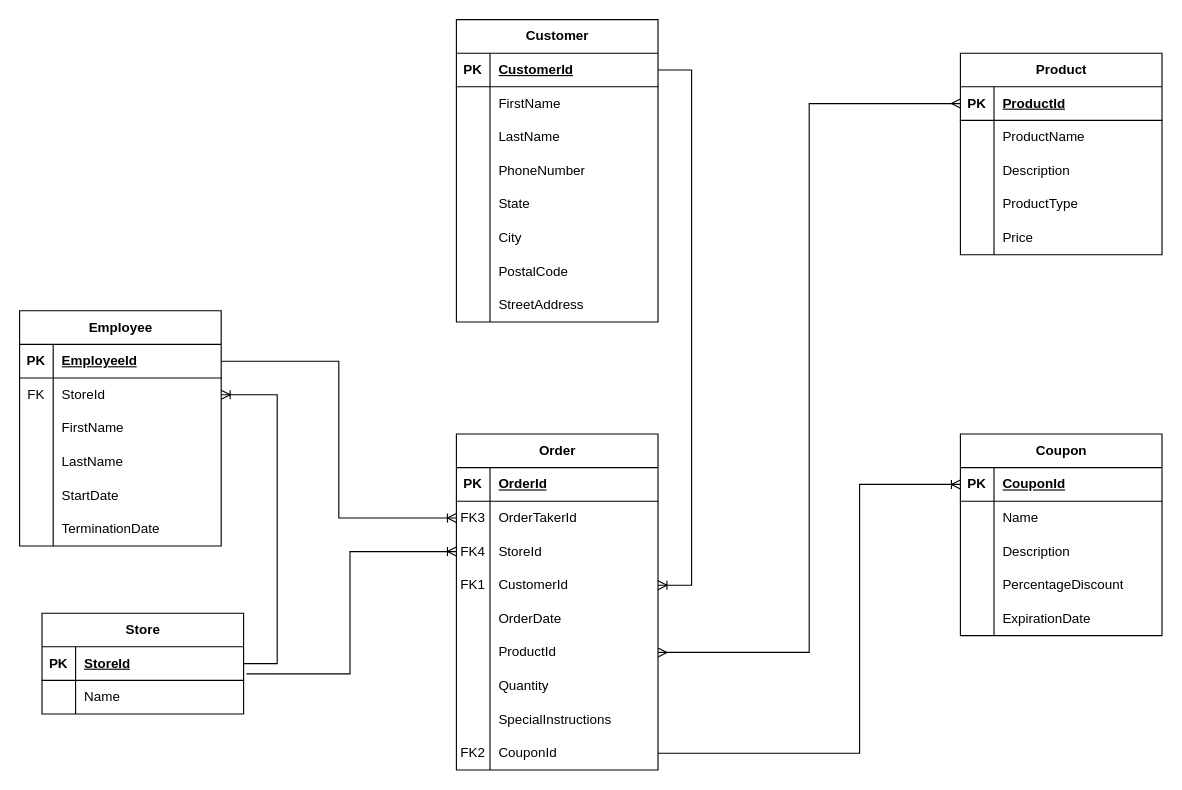
Above: page "Entity Relation diagram" (2 of 2) of PizzaDB/PracticePizzaDB.drawio in Devekr63/EssentialSQLSamples (draw.io), before the change. Source tidied: cells renumbered, new cells numbered last; positions are measured from the earlier drawing's top-left corner, leaving out a move shared by most shapes. Both pictures are drawn from the tidied source at 112%, with x=0, y=0 at pixel (19, 19).
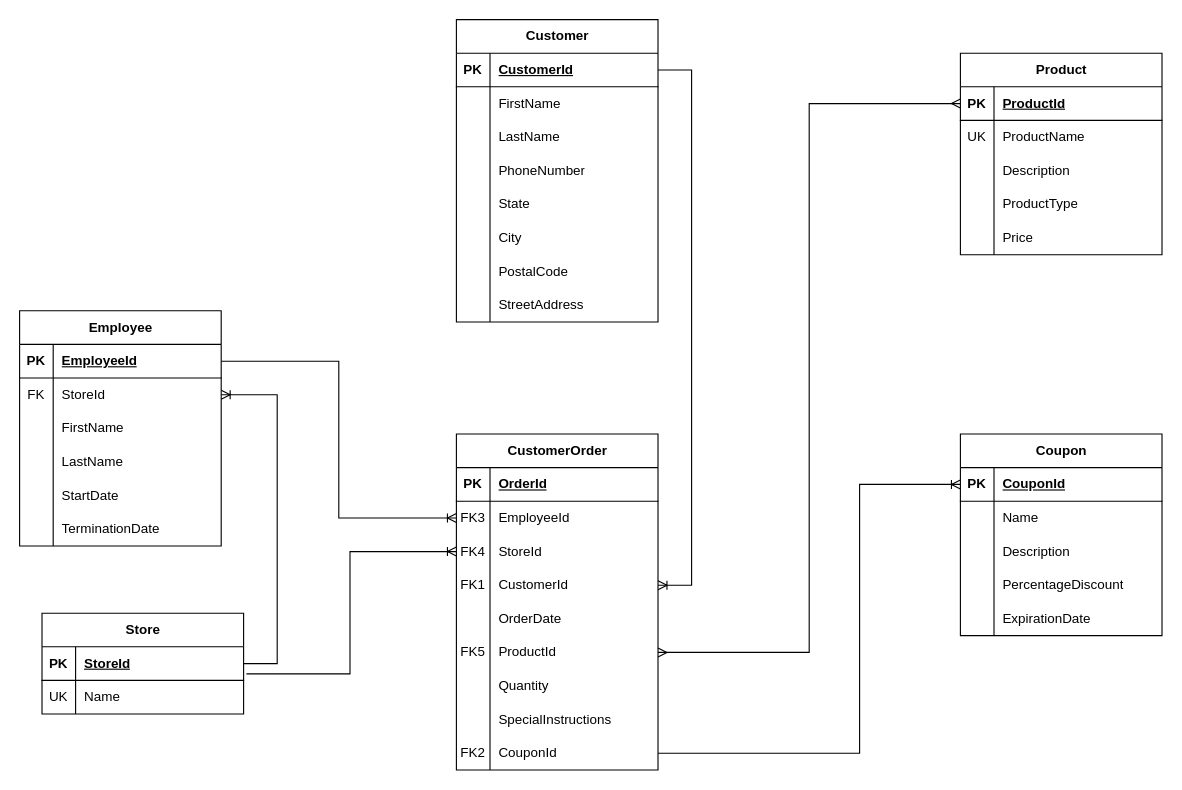
Above is the later version.

Unchanged cells that the change refers to:
```xml
<mxCell id="6" style="shape=tableRow;horizontal=0;startSize=0;swimlaneHead=0;swimlaneBody=0;fillColor=none;top=0;left=0;right=0;bottom=0;" parent="2" vertex="1">
  <mxGeometry y="60" width="180" height="30" as="geometry" />
</mxCell>
<mxCell id="32" style="shape=tableRow;horizontal=0;startSize=0;swimlaneHead=0;swimlaneBody=0;fillColor=none;points=[[0,0.5],[1,0.5]];portConstraint=eastwest;top=0;left=0;right=0;bottom=0;" parent="28" vertex="1">
  <mxGeometry y="60" width="180" height="30" as="geometry" />
</mxCell>
<mxCell id="44" style="shape=tableRow;horizontal=0;startSize=0;swimlaneHead=0;swimlaneBody=0;fillColor=none;points=[[0,0.5],[1,0.5]];portConstraint=eastwest;top=0;left=0;right=0;bottom=0;" parent="28" vertex="1">
  <mxGeometry y="180" width="180" height="30" as="geometry" />
</mxCell>
<mxCell id="101" style="shape=tableRow;horizontal=0;startSize=0;swimlaneHead=0;swimlaneBody=0;fillColor=none;top=0;left=0;right=0;bottom=0;" parent="97" vertex="1">
  <mxGeometry y="60" width="180" height="30" as="geometry" />
</mxCell>
```

Diff of the diagram source:
```diff
@@
-    <mxCell id="7" style="shape=partialRectangle;fillColor=none;top=0;left=0;bottom=0;right=0;overflow=hidden;whiteSpace=wrap;html=1;" parent="6" vertex="1">
+    <mxCell id="7" value="UK" style="shape=partialRectangle;fillColor=none;top=0;left=0;bottom=0;right=0;overflow=hidden;whiteSpace=wrap;html=1;" parent="6" vertex="1">
       <mxGeometry width="30" height="30" as="geometry" />
     </mxCell>
@@
-    <mxCell id="28" value="Order" style="shape=table;startSize=30;childLayout=tableLayout;rowLines=0;fontStyle=1;align=center;html=1;" parent="1" vertex="1">
+    <mxCell id="28" value="CustomerOrder" style="shape=table;startSize=30;childLayout=tableLayout;rowLines=0;fontStyle=1;align=center;html=1;" parent="1" vertex="1">
       <mxGeometry x="390" y="370" width="180" height="300" as="geometry" />
     </mxCell>
@@
-    <mxCell id="34" value="OrderTakerId" style="shape=partialRectangle;fillColor=none;top=0;left=0;bottom=0;right=0;align=left;spacingLeft=6;overflow=hidden;whiteSpace=wrap;html=1;" parent="32" vertex="1">
+    <mxCell id="34" value="EmployeeId" style="shape=partialRectangle;fillColor=none;top=0;left=0;bottom=0;right=0;align=left;spacingLeft=6;overflow=hidden;whiteSpace=wrap;html=1;" parent="32" vertex="1">
       <mxGeometry x="30" width="150" height="30" as="geometry" />
     </mxCell>
@@
-    <mxCell id="45" style="shape=partialRectangle;fillColor=none;top=0;left=0;bottom=0;right=0;overflow=hidden;whiteSpace=wrap;html=1;" parent="44" vertex="1">
+    <mxCell id="45" value="FK5" style="shape=partialRectangle;fillColor=none;top=0;left=0;bottom=0;right=0;overflow=hidden;whiteSpace=wrap;html=1;" parent="44" vertex="1">
       <mxGeometry width="30" height="30" as="geometry" />
     </mxCell>
@@
-    <mxCell id="102" style="shape=partialRectangle;fillColor=none;top=0;left=0;bottom=0;right=0;overflow=hidden;whiteSpace=wrap;html=1;" parent="101" vertex="1">
+    <mxCell id="102" value="UK" style="shape=partialRectangle;fillColor=none;top=0;left=0;bottom=0;right=0;overflow=hidden;whiteSpace=wrap;html=1;" parent="101" vertex="1">
       <mxGeometry width="30" height="30" as="geometry" />
     </mxCell>
```
